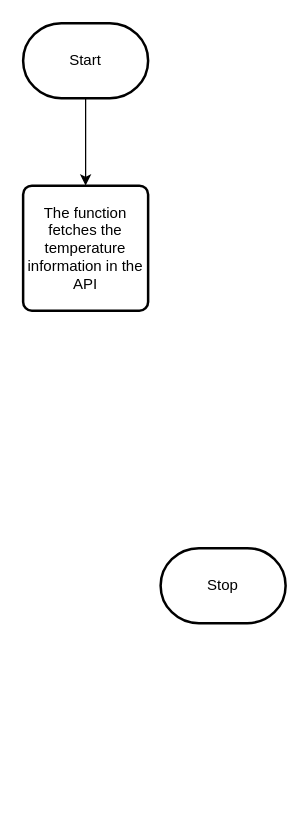
This is design/flowchart.drawio from MTHS-ICD2O-1-2023/ICD2O-Unit-6-03-Gabriel-Zanardi, a draw.io file, before an edit. Source tidied: cells renumbered, new cells numbered last; positions are measured from the earlier drawing's top-left corner, leaving out a move shared by most shapes. Both pictures are drawn from the tidied source at 125%, with x=0, y=0 at pixel (22, 22).
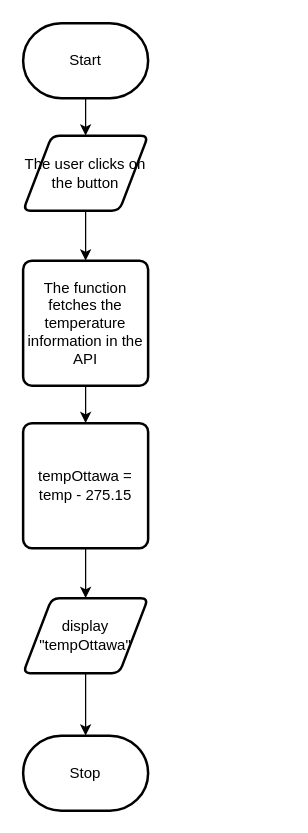
The same page after the edit.

Commit message (it also covers changes not shown here):
finished flowchart and exported

Change to the diagram source:
```diff
@@
 <mxGraphModel>
   <root>
     <mxCell id="0" />
     <mxCell id="1" parent="0" />
-    <mxCell id="2" style="edgeStyle=none;html=1;entryX=0.5;entryY=0;entryDx=0;entryDy=0;" parent="1" edge="1" source="3" target="5">
-      <mxGeometry relative="1" as="geometry" />
-    </mxCell>
+    <mxCell id="6" style="edgeStyle=orthogonalEdgeStyle;html=1;entryX=0.5;entryY=0;entryDx=0;entryDy=0;rounded=0;" parent="1" edge="1" source="3" target="9">
+      <mxGeometry relative="1" as="geometry" />
+    </mxCell>
     <mxCell id="3" value="Start" style="strokeWidth=2;html=1;shape=mxgraph.flowchart.terminator;whiteSpace=wrap;" parent="1" vertex="1">
       <mxGeometry width="100" height="60" as="geometry" />
     </mxCell>
     <mxCell id="4" value="Stop" style="strokeWidth=2;html=1;shape=mxgraph.flowchart.terminator;whiteSpace=wrap;" parent="1" vertex="1">
-      <mxGeometry x="110" y="420" width="100" height="60" as="geometry" />
+      <mxGeometry y="570" width="100" height="60" as="geometry" />
     </mxCell>
+    <mxCell id="7" style="edgeStyle=orthogonalEdgeStyle;rounded=0;html=1;entryX=0.5;entryY=0;entryDx=0;entryDy=0;" parent="1" edge="1" source="5" target="11">
+      <mxGeometry relative="1" as="geometry" />
+    </mxCell>
     <mxCell id="5" value="The function fetches the temperature information in the API" style="rounded=1;whiteSpace=wrap;html=1;absoluteArcSize=1;arcSize=14;strokeWidth=2;" parent="1" vertex="1">
-      <mxGeometry y="130" width="100" height="100" as="geometry" />
+      <mxGeometry y="190" width="100" height="100" as="geometry" />
     </mxCell>
+    <mxCell id="8" style="edgeStyle=orthogonalEdgeStyle;rounded=0;html=1;" parent="1" edge="1" source="9" target="5">
+      <mxGeometry relative="1" as="geometry" />
+    </mxCell>
+    <mxCell id="9" value="The user clicks on the button" style="shape=parallelogram;html=1;strokeWidth=2;perimeter=parallelogramPerimeter;whiteSpace=wrap;rounded=1;arcSize=12;size=0.23;" parent="1" vertex="1">
+      <mxGeometry y="90" width="100" height="60" as="geometry" />
+    </mxCell>
+    <mxCell id="10" style="edgeStyle=orthogonalEdgeStyle;rounded=0;html=1;entryX=0.5;entryY=0;entryDx=0;entryDy=0;" parent="1" edge="1" source="11" target="13">
+      <mxGeometry relative="1" as="geometry" />
+    </mxCell>
+    <mxCell id="11" value="tempOttawa = temp - 275.15" style="rounded=1;whiteSpace=wrap;html=1;absoluteArcSize=1;arcSize=14;strokeWidth=2;" parent="1" vertex="1">
+      <mxGeometry y="320" width="100" height="100" as="geometry" />
+    </mxCell>
+    <mxCell id="12" style="edgeStyle=orthogonalEdgeStyle;rounded=0;html=1;" parent="1" edge="1" source="13" target="4">
+      <mxGeometry relative="1" as="geometry" />
+    </mxCell>
+    <mxCell id="13" value="display &quot;tempOttawa&quot;" style="shape=parallelogram;html=1;strokeWidth=2;perimeter=parallelogramPerimeter;whiteSpace=wrap;rounded=1;arcSize=12;size=0.23;" parent="1" vertex="1">
+      <mxGeometry y="460" width="100" height="60" as="geometry" />
+    </mxCell>
   </root>
 </mxGraphModel>
```
